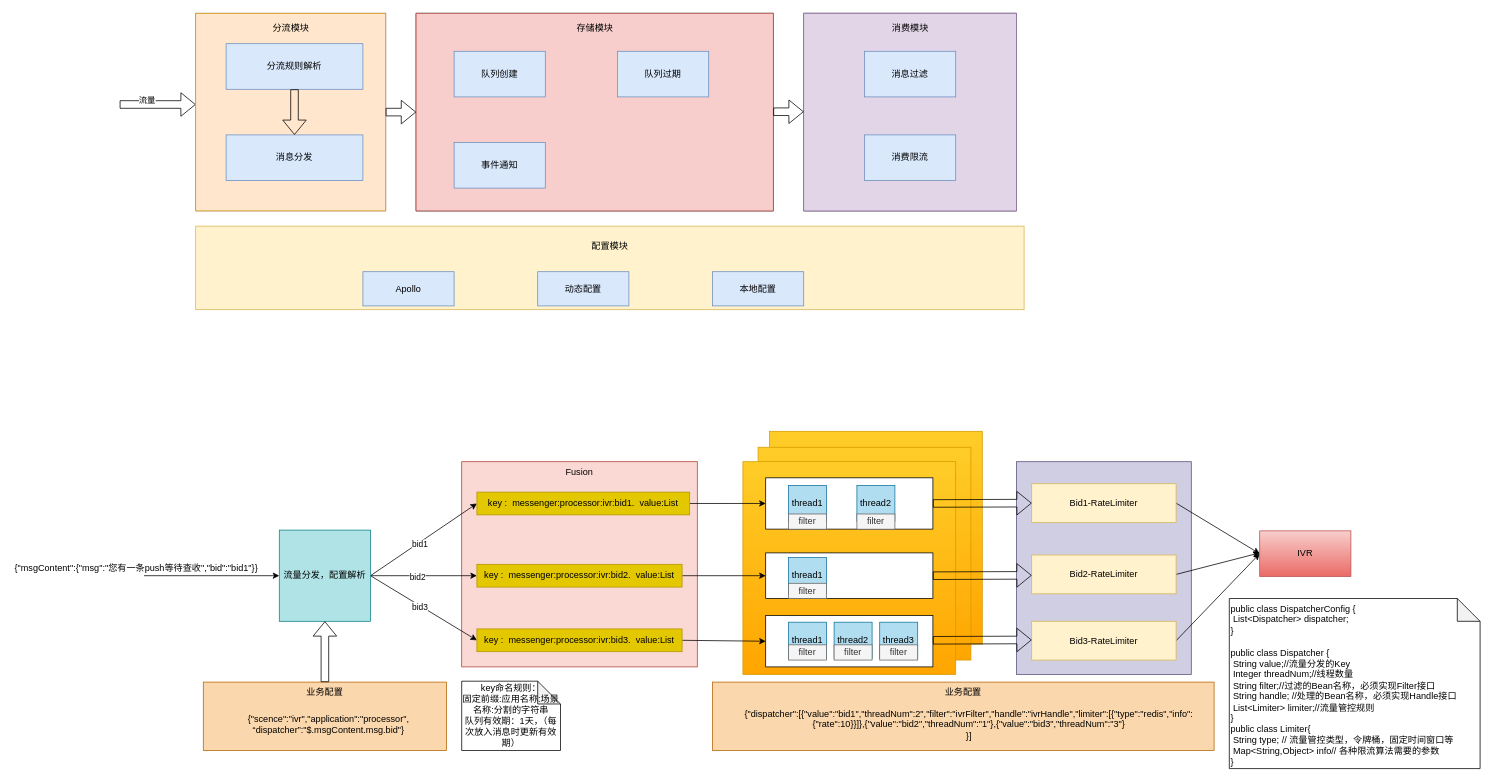
jiajianfeng1993/draw.io keeps this draw.io diagram as draw/Untitled Diagram.drawio. Above is the earlier version. Source tidied: cells renumbered, new cells numbered last; positions are measured from the earlier drawing's top-left corner, leaving out a move shared by most shapes. Both pictures are drawn from the tidied source at 76%, with x=0, y=0 at pixel (13, 13).
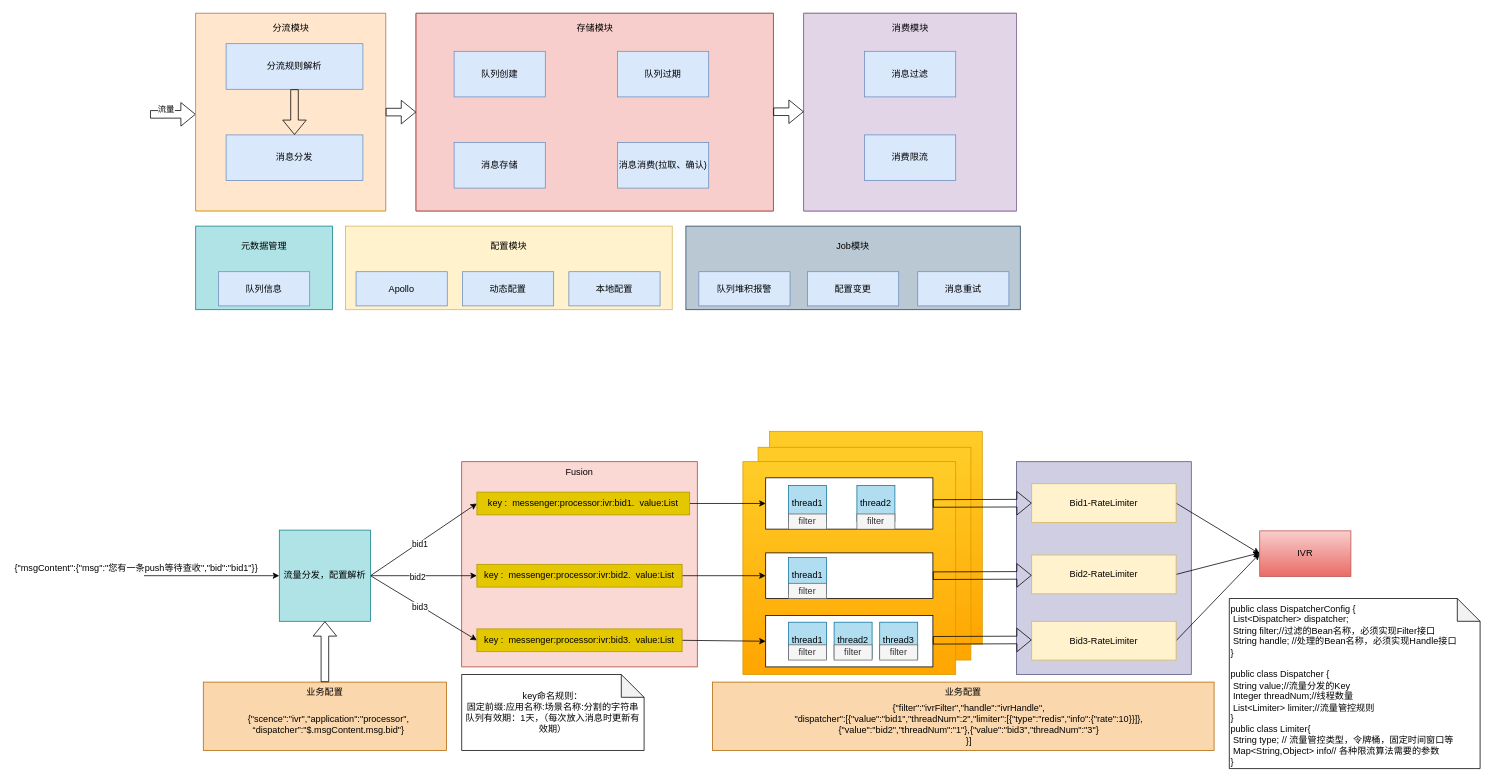
After the change.

The change refers to these unchanged cells:
```xml
<mxCell id="5" style="swimlane;startSize=0;" parent="1" vertex="1">
  <mxGeometry x="530" width="470" height="260" as="geometry" />
</mxCell>
```

The edit, as a diff of the source:
```diff
@@
-    <mxCell id="10" value="事件通知" style="rounded=0;whiteSpace=wrap;html=1;fillColor=#dae8fc;strokeColor=#6c8ebf;" parent="5" vertex="1">
+    <mxCell id="10" value="消息存储" style="rounded=0;whiteSpace=wrap;html=1;fillColor=#dae8fc;strokeColor=#6c8ebf;" parent="5" vertex="1">
       <mxGeometry x="50" y="170" width="120" height="60" as="geometry" />
     </mxCell>
+    <mxCell id="79" value="消息消费(拉取、确认)" style="rounded=0;whiteSpace=wrap;html=1;fillColor=#dae8fc;strokeColor=#6c8ebf;" parent="5" vertex="1">
+      <mxGeometry x="265" y="170" width="120" height="60" as="geometry" />
+    </mxCell>
     <mxCell id="11" style="shape=flexArrow;endArrow=classic;html=1;rounded=0;" parent="1" edge="1">
       <mxGeometry relative="1" as="geometry">
-        <mxPoint x="140" y="120" as="sourcePoint" />
-        <mxPoint x="240" y="120" as="targetPoint" />
+        <mxPoint x="180" y="133" as="sourcePoint" />
+        <mxPoint x="240" y="132.9" as="targetPoint" />
       </mxGeometry>
     </mxCell>
@@
     <mxCell id="19" value="&lt;p style=&quot;line-height: 1.2&quot;&gt;配置模块&lt;/p&gt;" style="rounded=0;whiteSpace=wrap;html=1;verticalAlign=top;fillColor=#fff2cc;strokeColor=#d6b656;" parent="1" vertex="1">
-      <mxGeometry x="240" y="280" width="1090" height="110" as="geometry" />
+      <mxGeometry x="437" y="280" width="430" height="110" as="geometry" />
     </mxCell>
     <mxCell id="20" value="Apollo" style="rounded=0;whiteSpace=wrap;html=1;fillColor=#dae8fc;strokeColor=#6c8ebf;" parent="1" vertex="1">
-      <mxGeometry x="460" y="340" width="120" height="45" as="geometry" />
+      <mxGeometry x="451" y="340" width="120" height="45" as="geometry" />
     </mxCell>
@@
     <mxCell id="22" value="本地配置" style="rounded=0;whiteSpace=wrap;html=1;fillColor=#dae8fc;strokeColor=#6c8ebf;" parent="1" vertex="1">
-      <mxGeometry x="920" y="340" width="120" height="45" as="geometry" />
+      <mxGeometry x="731" y="340" width="120" height="45" as="geometry" />
     </mxCell>
     <mxCell id="23" value="动态配置" style="rounded=0;whiteSpace=wrap;html=1;fillColor=#dae8fc;strokeColor=#6c8ebf;" parent="1" vertex="1">
-      <mxGeometry x="690" y="340" width="120" height="45" as="geometry" />
+      <mxGeometry x="591" y="340" width="120" height="45" as="geometry" />
     </mxCell>
@@
-    <mxCell id="60" value="{&quot;dispatcher&quot;:[{&quot;value&quot;:&quot;bid1&quot;,&quot;threadNum&quot;:2&quot;,&quot;filter&quot;:&quot;ivrFilter&quot;,&quot;handle&quot;:&quot;ivrHandle&quot;,&quot;limiter&quot;:[{&quot;type&quot;:&quot;redis&quot;,&quot;info&quot;:{&quot;rate&quot;:10}}]},{&quot;value&quot;:&quot;bid2&quot;,&quot;threadNum&quot;:&quot;1&quot;},{&quot;value&quot;:&quot;bid3&quot;,&quot;threadNum&quot;:&quot;3&quot;}&lt;br&gt;}]" style="text;html=1;strokeColor=none;fillColor=none;align=center;verticalAlign=middle;whiteSpace=wrap;rounded=0;" parent="1" vertex="1">
+    <mxCell id="60" value="{&quot;filter&quot;:&quot;ivrFilter&quot;,&quot;handle&quot;:&quot;ivrHandle&quot;,&lt;br&gt;&quot;dispatcher&quot;:[{&quot;value&quot;:&quot;bid1&quot;,&quot;threadNum&quot;:2&quot;,&quot;limiter&quot;:[{&quot;type&quot;:&quot;redis&quot;,&quot;info&quot;:{&quot;rate&quot;:10}}]},{&quot;value&quot;:&quot;bid2&quot;,&quot;threadNum&quot;:&quot;1&quot;},{&quot;value&quot;:&quot;bid3&quot;,&quot;threadNum&quot;:&quot;3&quot;}&lt;br&gt;}]" style="text;html=1;strokeColor=none;fillColor=none;align=center;verticalAlign=middle;whiteSpace=wrap;rounded=0;" parent="1" vertex="1">
       <mxGeometry x="960" y="901.2" width="595" height="70" as="geometry" />
     </mxCell>
     <mxCell id="61" value="key命名规则：&lt;br&gt;固定前缀:应用名称:场景名称:分割的字符串&lt;br&gt;队列有效期：1天，（每次放入消息时更新有效期）" style="shape=note;whiteSpace=wrap;html=1;backgroundOutline=1;darkOpacity=0.05;" parent="1" vertex="1">
-      <mxGeometry x="590" y="878.8" width="130" height="91.2" as="geometry" />
+      <mxGeometry x="590" y="870" width="240" height="100" as="geometry" />
     </mxCell>
@@
-    <mxCell id="72" value="public class DispatcherConfig {&lt;br&gt;&lt;span&gt; &lt;/span&gt;&lt;span style=&quot;white-space: pre&quot;&gt; &lt;/span&gt;List&amp;lt;Dispatcher&amp;gt; dispatcher;&lt;br&gt;}&lt;br&gt;&lt;br&gt;public class Dispatcher&amp;nbsp;{&lt;br&gt;&lt;span style=&quot;white-space: pre&quot;&gt; &lt;/span&gt;String value;//流量分发的Key&lt;br&gt;&lt;span style=&quot;white-space: pre&quot;&gt; &lt;/span&gt;Integer threadNum;//线程数量&lt;br&gt;&lt;span style=&quot;white-space: pre&quot;&gt; &lt;/span&gt;String filter;//过滤的Bean名称，必须实现Filter接口&lt;br&gt;&lt;span style=&quot;white-space: pre&quot;&gt; &lt;/span&gt;String handle; //处理的Bean名称，必须实现Handle接口&lt;br&gt;&lt;span style=&quot;white-space: pre&quot;&gt; &lt;/span&gt;List&amp;lt;Limiter&amp;gt; limiter;//流量管控规则&lt;br&gt;}&lt;br&gt;public class Limiter{&lt;br&gt;&lt;span style=&quot;white-space: pre&quot;&gt; &lt;/span&gt;String type; // 流量管控类型，令牌桶，固定时间窗口等&lt;br&gt;&lt;span style=&quot;white-space: pre&quot;&gt; &lt;/span&gt;Map&amp;lt;String,Object&amp;gt; info// 各种限流算法需要的参数&lt;br&gt;}" style="shape=note;whiteSpace=wrap;html=1;backgroundOutline=1;darkOpacity=0.05;verticalAlign=top;align=left;" parent="1" vertex="1">
+    <mxCell id="72" value="public class DispatcherConfig {&lt;br&gt;&lt;span&gt; &lt;/span&gt;&lt;span&gt; &lt;/span&gt;&lt;span style=&quot;white-space: pre&quot;&gt; &lt;/span&gt;List&amp;lt;Dispatcher&amp;gt; dispatcher;&lt;br&gt;&lt;span&gt; &lt;/span&gt;&lt;span style=&quot;white-space: pre&quot;&gt; &lt;/span&gt;String filter;//过滤的Bean名称，必须实现Filter接口&lt;br&gt;&lt;span&gt; &lt;/span&gt;&lt;span style=&quot;white-space: pre&quot;&gt; &lt;/span&gt;String handle; //处理的Bean名称，必须实现Handle接口&lt;br&gt;}&lt;br&gt;&lt;br&gt;public class Dispatcher&amp;nbsp;{&lt;br&gt;&lt;span&gt; &lt;/span&gt;&lt;span style=&quot;white-space: pre&quot;&gt; &lt;/span&gt;String value;//流量分发的Key&lt;br&gt;&lt;span&gt; &lt;/span&gt;&lt;span style=&quot;white-space: pre&quot;&gt; &lt;/span&gt;Integer threadNum;//线程数量&lt;br&gt;&lt;span&gt; &lt;/span&gt;&lt;span style=&quot;white-space: pre&quot;&gt; &lt;/span&gt;List&amp;lt;Limiter&amp;gt; limiter;//流量管控规则&lt;br&gt;}&lt;br&gt;public class Limiter{&lt;br&gt;&lt;span&gt; &lt;/span&gt;&lt;span style=&quot;white-space: pre&quot;&gt; &lt;/span&gt;String type; // 流量管控类型，令牌桶，固定时间窗口等&lt;br&gt;&lt;span&gt; &lt;/span&gt;&lt;span style=&quot;white-space: pre&quot;&gt; &lt;/span&gt;Map&amp;lt;String,Object&amp;gt; info// 各种限流算法需要的参数&lt;br&gt;}" style="shape=note;whiteSpace=wrap;html=1;backgroundOutline=1;darkOpacity=0.05;verticalAlign=top;align=left;" parent="1" vertex="1">
       <mxGeometry x="1600" y="770" width="330" height="223.8" as="geometry" />
     </mxCell>
@@
+    <mxCell id="80" value="&lt;p style=&quot;line-height: 1.2&quot;&gt;Job模块&lt;/p&gt;" style="rounded=0;whiteSpace=wrap;html=1;verticalAlign=top;fillColor=#bac8d3;strokeColor=#23445d;" parent="1" vertex="1">
+      <mxGeometry x="885" y="280" width="440" height="110" as="geometry" />
+    </mxCell>
+    <mxCell id="81" value="队列堆积报警" style="rounded=0;whiteSpace=wrap;html=1;fillColor=#dae8fc;strokeColor=#6c8ebf;" parent="1" vertex="1">
+      <mxGeometry x="902" y="340" width="120" height="45" as="geometry" />
+    </mxCell>
+    <mxCell id="82" value="消息重试" style="rounded=0;whiteSpace=wrap;html=1;fillColor=#dae8fc;strokeColor=#6c8ebf;" parent="1" vertex="1">
+      <mxGeometry x="1190" y="340" width="120" height="45" as="geometry" />
+    </mxCell>
+    <mxCell id="83" value="配置变更" style="rounded=0;whiteSpace=wrap;html=1;fillColor=#dae8fc;strokeColor=#6c8ebf;" parent="1" vertex="1">
+      <mxGeometry x="1045" y="340" width="120" height="45" as="geometry" />
+    </mxCell>
+    <mxCell id="84" value="&lt;p style=&quot;line-height: 1.2&quot;&gt;元数据管理&lt;/p&gt;" style="rounded=0;whiteSpace=wrap;html=1;verticalAlign=top;fillColor=#b0e3e6;strokeColor=#0e8088;" parent="1" vertex="1">
+      <mxGeometry x="240" y="280" width="180" height="110" as="geometry" />
+    </mxCell>
+    <mxCell id="85" value="队列信息" style="rounded=0;whiteSpace=wrap;html=1;fillColor=#dae8fc;strokeColor=#6c8ebf;" parent="1" vertex="1">
+      <mxGeometry x="270" y="340" width="120" height="45" as="geometry" />
+    </mxCell>
```
